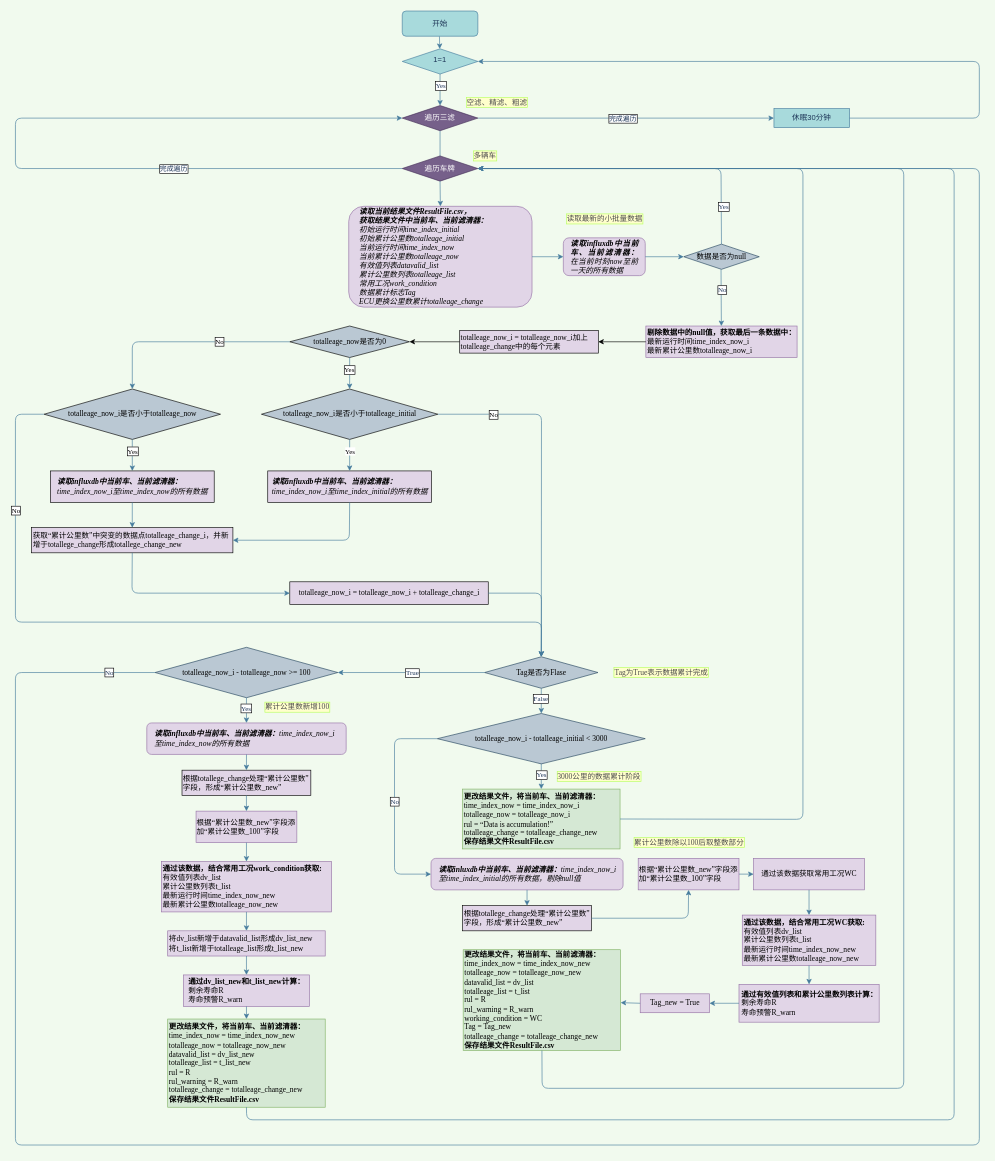
Earlier version of the draw.io diagram draw/算法流程v3.0.drawio (wangwuhua11/draw). Source tidied: cells renumbered, new cells numbered last; positions are measured from the earlier drawing's top-left corner, leaving out a move shared by most shapes. Both pictures are drawn from the tidied source at 63%, with x=0, y=0 at pixel (15, 11).
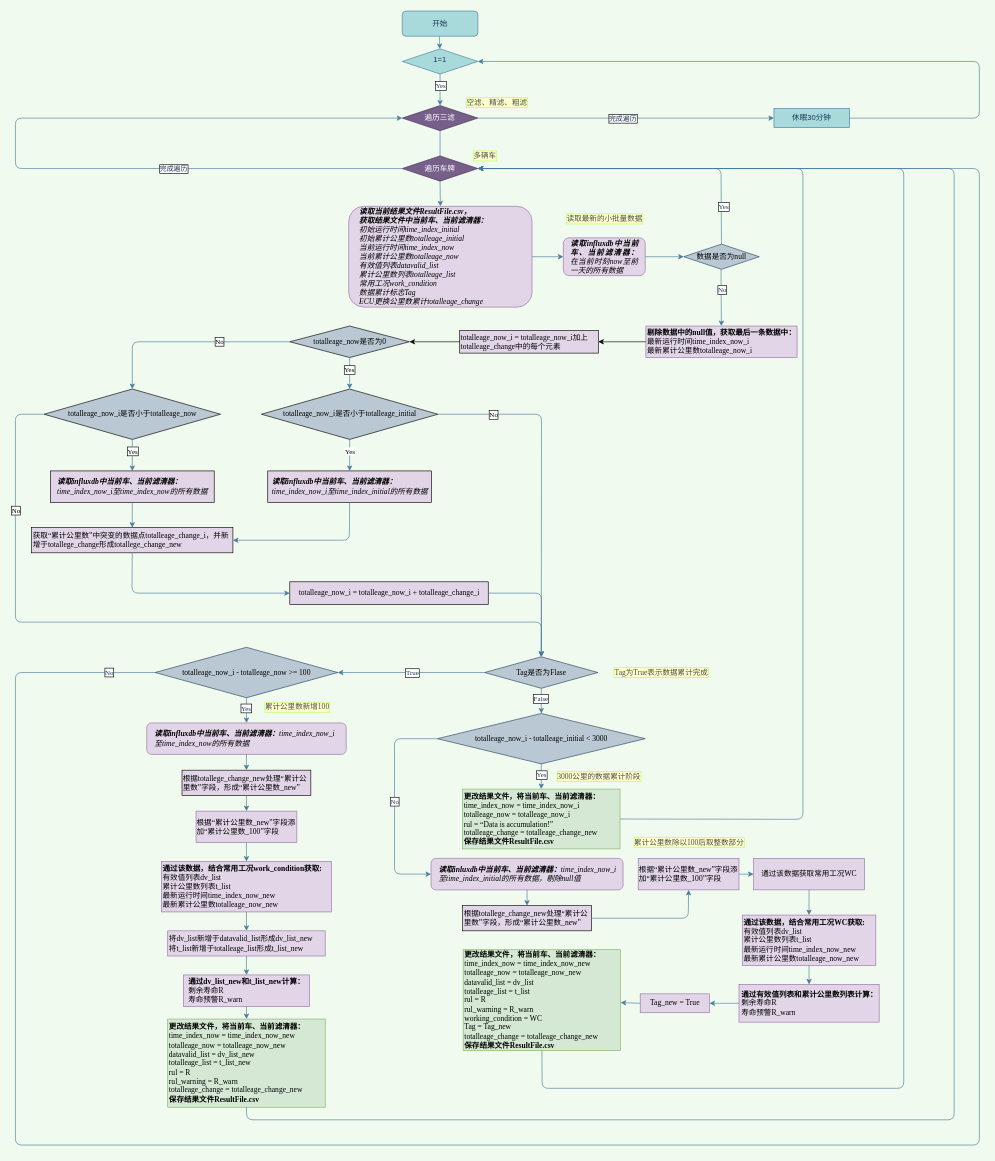
Above is the later version.

Commit message:
更新算法流程v3.0.drawio

Change to the diagram source:
```diff
@@
-    <mxCell id="102" value="根据totallege_change处理“累计公里数”字段，形成“累计公里数_new”" style="rounded=0;whiteSpace=wrap;html=1;fontFamily=Times New Roman;align=left;fillColor=#E1D5E7;" parent="1" vertex="1">
+    <mxCell id="102" value="根据totallege_change_new处理“累计公里数”字段，形成“累计公里数_new”" style="rounded=0;whiteSpace=wrap;html=1;fontFamily=Times New Roman;align=left;fillColor=#E1D5E7;" parent="1" vertex="1">
       <mxGeometry x="264.4" y="1205" width="204.5" height="40" as="geometry" />
     </mxCell>
@@
-    <mxCell id="105" value="根据totallege_change处理“累计公里数”字段，形成“累计公里数_new”" style="rounded=0;whiteSpace=wrap;html=1;fontFamily=Times New Roman;align=left;fillColor=#E1D5E7;" parent="1" vertex="1">
+    <mxCell id="105" value="根据totallege_change_new处理“累计公里数”字段，形成“累计公里数_new”" style="rounded=0;whiteSpace=wrap;html=1;fontFamily=Times New Roman;align=left;fillColor=#E1D5E7;" parent="1" vertex="1">
       <mxGeometry x="709.8" y="1420" width="204.5" height="40" as="geometry" />
     </mxCell>
```
